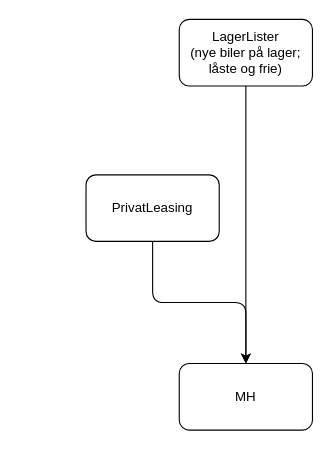
renetruelsen/Semler keeps this draw.io diagram as Diagrams/System.drawio. Above is the earlier version. Source tidied: cells renumbered, new cells numbered last; positions are measured from the earlier drawing's top-left corner, leaving out a move shared by most shapes. Both pictures are drawn from the tidied source at 111%, with x=0, y=0 at pixel (85, 19).
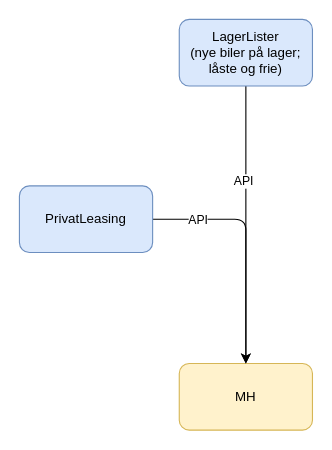
After the change.

What changed in the source:
```diff
@@
 <mxGraphModel>
   <root>
     <mxCell id="0" />
     <mxCell id="1" parent="0" />
-    <mxCell id="2" value="MH" style="rounded=1;whiteSpace=wrap;html=1;" parent="1" vertex="1">
+    <mxCell id="2" value="MH" style="rounded=1;whiteSpace=wrap;html=1;fillColor=#fff2cc;strokeColor=#d6b656;" parent="1" vertex="1">
       <mxGeometry x="84" y="310" width="120" height="60" as="geometry" />
     </mxCell>
     <mxCell id="3" style="edgeStyle=orthogonalEdgeStyle;rounded=1;jettySize=auto;html=1;entryX=0.5;entryY=0;entryDx=0;entryDy=0;curved=0;" parent="1" edge="1" source="4" target="2">
       <mxGeometry relative="1" as="geometry" />
     </mxCell>
+    <mxCell id="7" value="API" style="edgeLabel;html=1;align=center;verticalAlign=middle;" parent="3" vertex="1">
+      <mxGeometry x="-0.67" y="-3" relative="1" as="geometry">
+        <mxPoint x="5" y="-3" as="offset" />
+      </mxGeometry>
+    </mxCell>
-    <mxCell id="4" value="PrivatLeasing" style="rounded=1;whiteSpace=wrap;html=1;" parent="1" vertex="1">
-      <mxGeometry y="140" width="120" height="60" as="geometry" />
+    <mxCell id="4" value="PrivatLeasing" style="rounded=1;whiteSpace=wrap;html=1;fillColor=#dae8fc;strokeColor=#6c8ebf;" parent="1" vertex="1">
+      <mxGeometry x="-60" y="150" width="120" height="60" as="geometry" />
     </mxCell>
     <mxCell id="5" style="edgeStyle=orthogonalEdgeStyle;rounded=1;jettySize=auto;html=1;entryX=0.5;entryY=0;entryDx=0;entryDy=0;curved=0;" parent="1" edge="1" source="6" target="2">
       <mxGeometry relative="1" as="geometry" />
     </mxCell>
+    <mxCell id="8" value="API" style="edgeLabel;html=1;align=center;verticalAlign=middle;" parent="5" vertex="1">
+      <mxGeometry x="-0.32" y="-3" relative="1" as="geometry" />
+    </mxCell>
-    <mxCell id="6" value="LagerLister&lt;div&gt;(nye biler på lager; låste og frie)&lt;/div&gt;" style="rounded=1;whiteSpace=wrap;html=1;" parent="1" vertex="1">
+    <mxCell id="6" value="LagerLister&lt;div&gt;(nye biler på lager; låste og frie)&lt;/div&gt;" style="rounded=1;whiteSpace=wrap;html=1;fillColor=#dae8fc;strokeColor=#6c8ebf;" parent="1" vertex="1">
       <mxGeometry x="84" width="120" height="60" as="geometry" />
     </mxCell>
   </root>
 </mxGraphModel>
```
